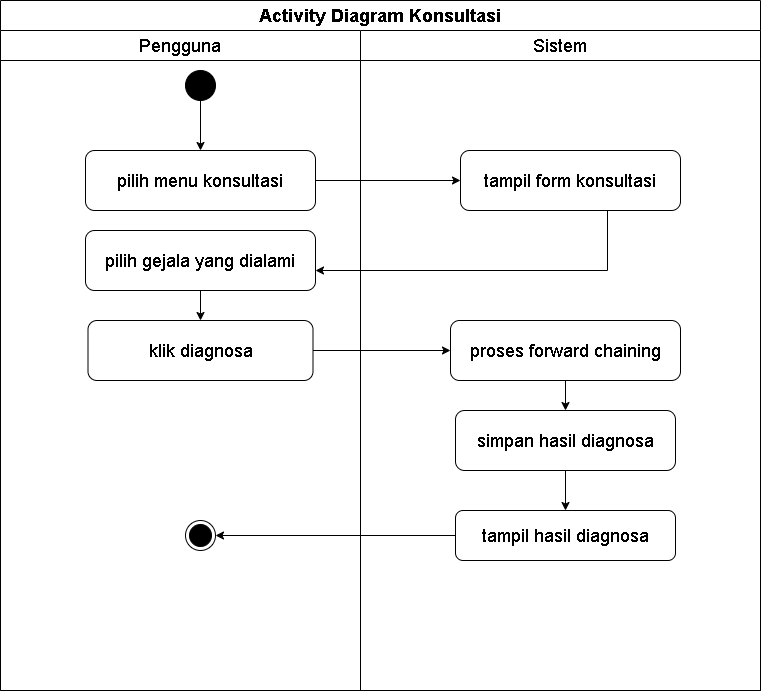
Earlier version of the draw.io export diagram/activity/user_konsultasi.png (Jinsky/Jinsky). Source tidied: cells renumbered, new cells last; positions are measured from the earlier drawing's top-left corner, leaving out a move shared by most shapes. Source of this version:
```xml
<mxGraphModel>
  <root>
    <mxCell id="0" />
    <mxCell id="1" parent="0" />
    <mxCell id="2" value="&lt;font style=&quot;font-size: 18px;&quot;&gt;&lt;b&gt;Activity Diagram Konsultasi&lt;/b&gt;&lt;/font&gt;" style="swimlane;html=1;horizontal=1;startSize=30;whiteSpace=wrap;fontStyle=0;" parent="1" vertex="1">
      <mxGeometry width="760" height="690" as="geometry" />
    </mxCell>
    <mxCell id="3" value="&lt;font style=&quot;font-size: 18px;&quot;&gt;Pengguna&lt;/font&gt;" style="swimlane;html=1;startSize=30;whiteSpace=wrap;fontStyle=0;" parent="2" vertex="1">
      <mxGeometry y="30" width="360" height="660" as="geometry" />
    </mxCell>
    <mxCell id="4" style="ellipse;whiteSpace=wrap;html=1;fillColor=#000000;fontStyle=0;" parent="3" vertex="1">
      <mxGeometry x="185" y="40" width="30" height="30" as="geometry" />
    </mxCell>
    <mxCell id="5" value="&lt;font style=&quot;font-size: 18px;&quot;&gt;&lt;span&gt;pilih menu konsultasi&lt;/span&gt;&lt;/font&gt;" style="rounded=1;whiteSpace=wrap;html=1;fontStyle=0;" parent="3" vertex="1">
      <mxGeometry x="85" y="120" width="230" height="60" as="geometry" />
    </mxCell>
    <mxCell id="6" value="&lt;font style=&quot;font-size: 18px;&quot;&gt;&lt;span&gt;pilih gejala yang dialami&lt;/span&gt;&lt;/font&gt;" style="rounded=1;whiteSpace=wrap;html=1;fontStyle=0;" parent="3" vertex="1">
      <mxGeometry x="85" y="200" width="230" height="60" as="geometry" />
    </mxCell>
    <mxCell id="7" value="&lt;font style=&quot;font-size: 18px;&quot;&gt;&lt;span&gt;klik diagnosa&lt;/span&gt;&lt;/font&gt;" style="rounded=1;whiteSpace=wrap;html=1;fontStyle=0;" parent="3" vertex="1">
      <mxGeometry x="87.5" y="290" width="225" height="60" as="geometry" />
    </mxCell>
    <mxCell id="8" style="ellipse;html=1;shape=endState;fillColor=#000000;strokeColor=#000000;fontStyle=0;" parent="3" vertex="1">
      <mxGeometry x="185" y="490" width="30" height="30" as="geometry" />
    </mxCell>
    <mxCell id="9" value="&lt;font style=&quot;font-size: 18px;&quot;&gt;Sistem&lt;/font&gt;" style="swimlane;html=1;startSize=30;whiteSpace=wrap;fontStyle=0;" parent="2" vertex="1">
      <mxGeometry x="360" y="30" width="400" height="660" as="geometry" />
    </mxCell>
    <mxCell id="10" value="&lt;font style=&quot;font-size: 18px;&quot;&gt;&lt;span&gt;tampil form konsultasi&lt;/span&gt;&lt;/font&gt;" style="rounded=1;whiteSpace=wrap;html=1;fontStyle=0;" parent="9" vertex="1">
      <mxGeometry x="100" y="120" width="220" height="60" as="geometry" />
    </mxCell>
    <mxCell id="11" value="&lt;font style=&quot;font-size: 18px;&quot;&gt;&lt;span style=&quot;&quot;&gt;proses forward chaining&lt;/span&gt;&lt;/font&gt;" style="rounded=1;whiteSpace=wrap;html=1;fontStyle=0;" parent="9" vertex="1">
      <mxGeometry x="90" y="290" width="230" height="60" as="geometry" />
    </mxCell>
    <mxCell id="12" value="&lt;span&gt;&lt;font style=&quot;font-size: 18px;&quot;&gt;simpan hasil diagnosa&lt;/font&gt;&lt;/span&gt;" style="rounded=1;whiteSpace=wrap;html=1;fontStyle=0;" parent="9" vertex="1">
      <mxGeometry x="95" y="380" width="220" height="60" as="geometry" />
    </mxCell>
    <mxCell id="13" value="&lt;span&gt;&lt;font style=&quot;font-size: 18px;&quot;&gt;tampil hasil diagnosa&lt;/font&gt;&lt;/span&gt;" style="rounded=1;whiteSpace=wrap;html=1;fontStyle=0;" parent="9" vertex="1">
      <mxGeometry x="95" y="480" width="220" height="50" as="geometry" />
    </mxCell>
    <mxCell id="14" style="edgeStyle=orthogonalEdgeStyle;rounded=0;jettySize=auto;html=1;fontStyle=0;" parent="1" edge="1" source="4" target="5">
      <mxGeometry relative="1" as="geometry" />
    </mxCell>
    <mxCell id="15" style="edgeStyle=orthogonalEdgeStyle;rounded=0;jettySize=auto;html=1;fontStyle=0;" parent="1" edge="1" source="5" target="10">
      <mxGeometry relative="1" as="geometry" />
    </mxCell>
    <mxCell id="16" style="edgeStyle=orthogonalEdgeStyle;rounded=0;jettySize=auto;html=1;fontStyle=0;" parent="1" edge="1" source="10" target="6">
      <mxGeometry relative="1" as="geometry">
        <Array as="points">
          <mxPoint x="607" y="270" />
          <mxPoint x="207" y="270" />
        </Array>
      </mxGeometry>
    </mxCell>
    <mxCell id="17" style="edgeStyle=orthogonalEdgeStyle;rounded=0;jettySize=auto;html=1;fontStyle=0;" parent="1" edge="1" source="6" target="7">
      <mxGeometry relative="1" as="geometry" />
    </mxCell>
    <mxCell id="18" style="edgeStyle=orthogonalEdgeStyle;rounded=0;jettySize=auto;html=1;fontStyle=0;" parent="1" edge="1" source="7" target="11">
      <mxGeometry relative="1" as="geometry" />
    </mxCell>
    <mxCell id="19" style="edgeStyle=orthogonalEdgeStyle;rounded=0;jettySize=auto;html=1;fontStyle=0;" parent="1" edge="1" source="11" target="12">
      <mxGeometry relative="1" as="geometry" />
    </mxCell>
    <mxCell id="20" style="edgeStyle=orthogonalEdgeStyle;rounded=0;jettySize=auto;html=1;fontStyle=0;" parent="1" edge="1" source="12" target="13">
      <mxGeometry relative="1" as="geometry" />
    </mxCell>
    <mxCell id="21" style="edgeStyle=orthogonalEdgeStyle;rounded=0;jettySize=auto;html=1;fontStyle=0;" parent="1" edge="1" source="13" target="8">
      <mxGeometry relative="1" as="geometry" />
    </mxCell>
  </root>
</mxGraphModel>
```
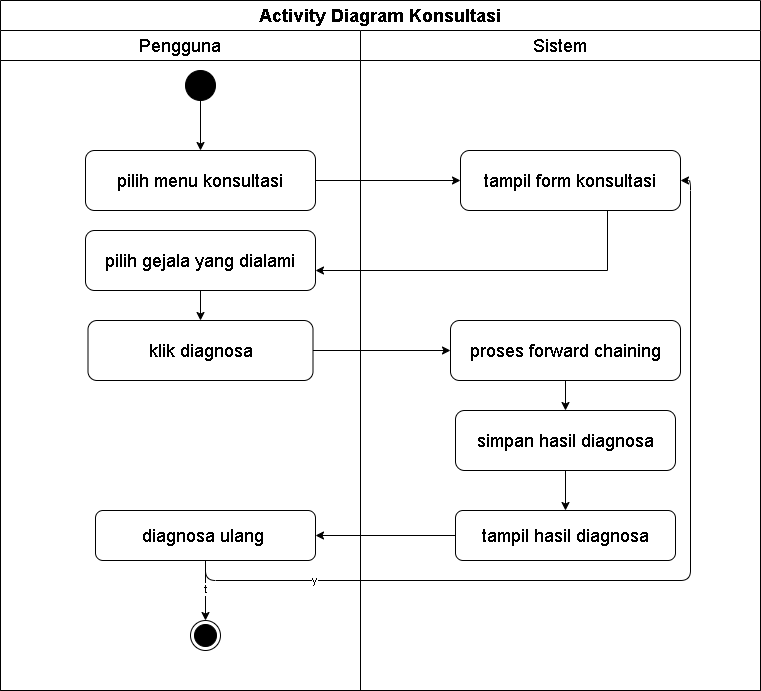
After the change.

Commit message:
refactor: update diagram dimensions and improve edge definitions in admin and user flow diagrams

What changed in the source:
```diff
@@ -20,8 +20,17 @@
     <mxCell id="7" value="&lt;font style=&quot;font-size: 18px;&quot;&gt;&lt;span&gt;klik diagnosa&lt;/span&gt;&lt;/font&gt;" style="rounded=1;whiteSpace=wrap;html=1;fontStyle=0;" parent="3" vertex="1">
       <mxGeometry x="87.5" y="290" width="225" height="60" as="geometry" />
     </mxCell>
+    <mxCell id="22" style="edgeStyle=none;html=1;" parent="3" edge="1" source="24" target="8">
+      <mxGeometry relative="1" as="geometry" />
+    </mxCell>
+    <mxCell id="23" value="t" style="edgeLabel;html=1;align=center;verticalAlign=middle;" parent="22" vertex="1">
+      <mxGeometry x="-0.04" relative="1" as="geometry" />
+    </mxCell>
+    <mxCell id="24" value="&lt;span style=&quot;font-size: 18px;&quot;&gt;diagnosa ulang&amp;nbsp;&lt;/span&gt;" style="rounded=1;whiteSpace=wrap;html=1;fontStyle=0;" parent="3" vertex="1">
+      <mxGeometry x="95" y="480" width="220" height="50" as="geometry" />
+    </mxCell>
     <mxCell id="8" style="ellipse;html=1;shape=endState;fillColor=#000000;strokeColor=#000000;fontStyle=0;" parent="3" vertex="1">
-      <mxGeometry x="185" y="490" width="30" height="30" as="geometry" />
+      <mxGeometry x="190" y="590" width="30" height="30" as="geometry" />
     </mxCell>
     <mxCell id="9" value="&lt;font style=&quot;font-size: 18px;&quot;&gt;Sistem&lt;/font&gt;" style="swimlane;html=1;startSize=30;whiteSpace=wrap;fontStyle=0;" parent="2" vertex="1">
       <mxGeometry x="360" y="30" width="400" height="660" as="geometry" />
@@ -38,6 +47,21 @@
     <mxCell id="13" value="&lt;span&gt;&lt;font style=&quot;font-size: 18px;&quot;&gt;tampil hasil diagnosa&lt;/font&gt;&lt;/span&gt;" style="rounded=1;whiteSpace=wrap;html=1;fontStyle=0;" parent="9" vertex="1">
       <mxGeometry x="95" y="480" width="220" height="50" as="geometry" />
     </mxCell>
+    <mxCell id="25" style="edgeStyle=none;html=1;entryX=1;entryY=0.5;entryDx=0;entryDy=0;exitX=0;exitY=0.5;exitDx=0;exitDy=0;" parent="2" edge="1" source="13" target="24">
+      <mxGeometry relative="1" as="geometry" />
+    </mxCell>
+    <mxCell id="26" style="edgeStyle=orthogonalEdgeStyle;html=1;entryX=1;entryY=0.5;entryDx=0;entryDy=0;exitX=0.5;exitY=1;exitDx=0;exitDy=0;" parent="2" edge="1" source="24" target="10">
+      <mxGeometry relative="1" as="geometry">
+        <Array as="points">
+          <mxPoint x="205" y="580" />
+          <mxPoint x="690" y="580" />
+          <mxPoint x="690" y="180" />
+        </Array>
+      </mxGeometry>
+    </mxCell>
+    <mxCell id="27" value="y" style="edgeLabel;html=1;align=center;verticalAlign=middle;" parent="26" vertex="1">
+      <mxGeometry x="-0.72" y="1" relative="1" as="geometry" />
+    </mxCell>
     <mxCell id="14" style="edgeStyle=orthogonalEdgeStyle;rounded=0;jettySize=auto;html=1;fontStyle=0;" parent="1" edge="1" source="4" target="5">
       <mxGeometry relative="1" as="geometry" />
     </mxCell>
@@ -64,8 +88,5 @@
     <mxCell id="20" style="edgeStyle=orthogonalEdgeStyle;rounded=0;jettySize=auto;html=1;fontStyle=0;" parent="1" edge="1" source="12" target="13">
       <mxGeometry relative="1" as="geometry" />
     </mxCell>
-    <mxCell id="21" style="edgeStyle=orthogonalEdgeStyle;rounded=0;jettySize=auto;html=1;fontStyle=0;" parent="1" edge="1" source="13" target="8">
-      <mxGeometry relative="1" as="geometry" />
-    </mxCell>
   </root>
 </mxGraphModel>
```
